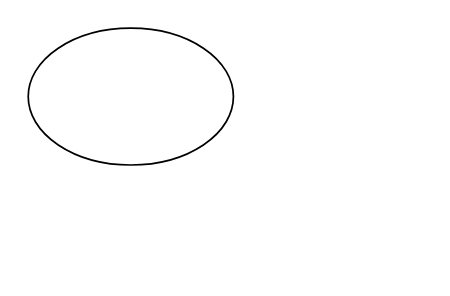
Above: maps/未命名绘图.drawio in zhaomifan/drawio (draw.io), before the change. Source tidied: cells renumbered, new cells numbered last; positions are measured from the earlier drawing's top-left corner, leaving out a move shared by most shapes. Both pictures are drawn from the tidied source at 171%, with x=0, y=0 at pixel (27, 27).
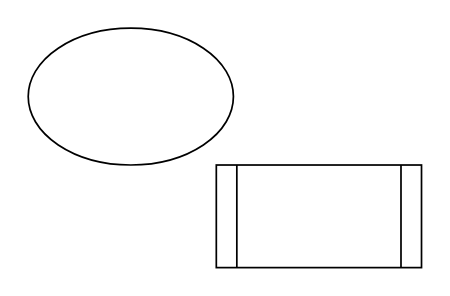
The same page after the edit.

Commit message:
更新未命名绘图.drawio

The edit, as a diff of the source:
```diff
@@
 <mxGraphModel>
   <root>
     <mxCell id="0" />
     <mxCell id="1" parent="0" />
     <mxCell id="2" style="ellipse;whiteSpace=wrap;html=1;" parent="1" vertex="1">
       <mxGeometry width="120" height="80" as="geometry" />
     </mxCell>
+    <mxCell id="3" style="shape=process;whiteSpace=wrap;html=1;backgroundOutline=1;" parent="1" vertex="1">
+      <mxGeometry x="110" y="80" width="120" height="60" as="geometry" />
+    </mxCell>
   </root>
 </mxGraphModel>
```
